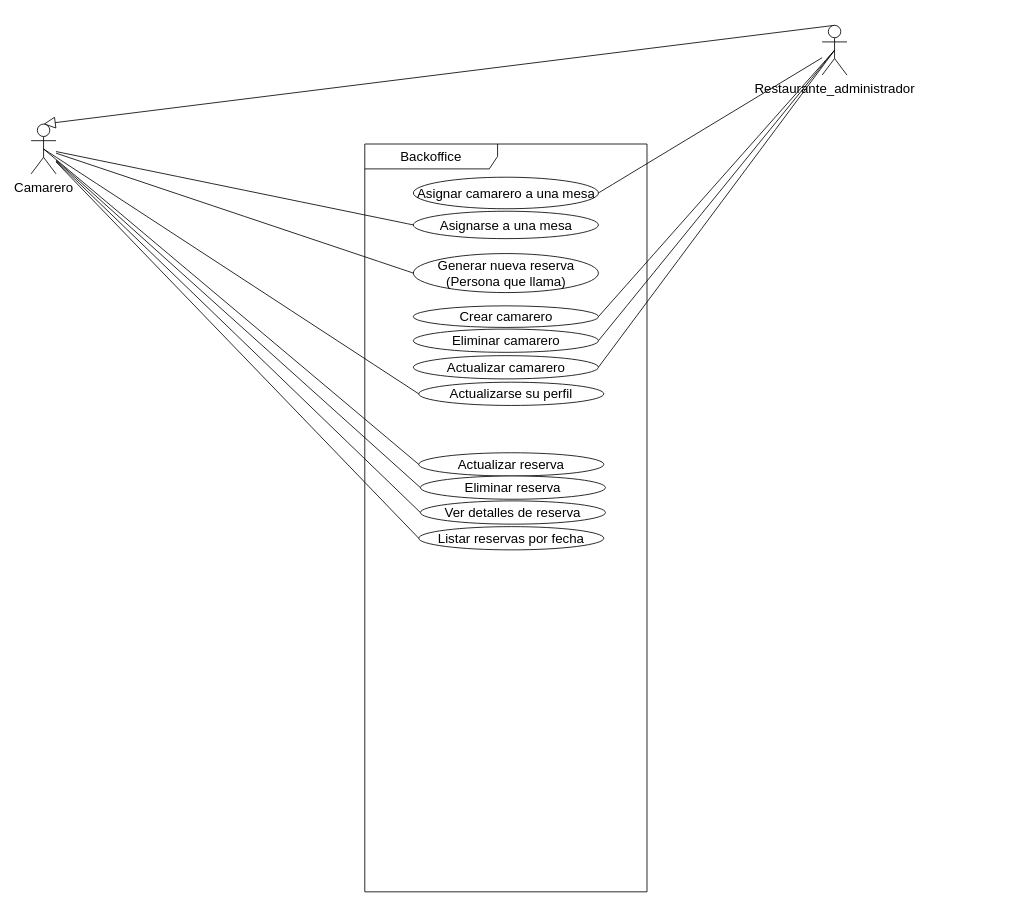
Above: page "UseCase" (2 of 2) of models/tempus-UML.drawio in Lopez10/tempus-backend (draw.io), before the change. Source tidied: cells renumbered, new cells numbered last; positions are measured from the earlier drawing's top-left corner, leaving out a move shared by most shapes. Both pictures are drawn from the tidied source at 83%, with x=0, y=0 at pixel (31, 25).
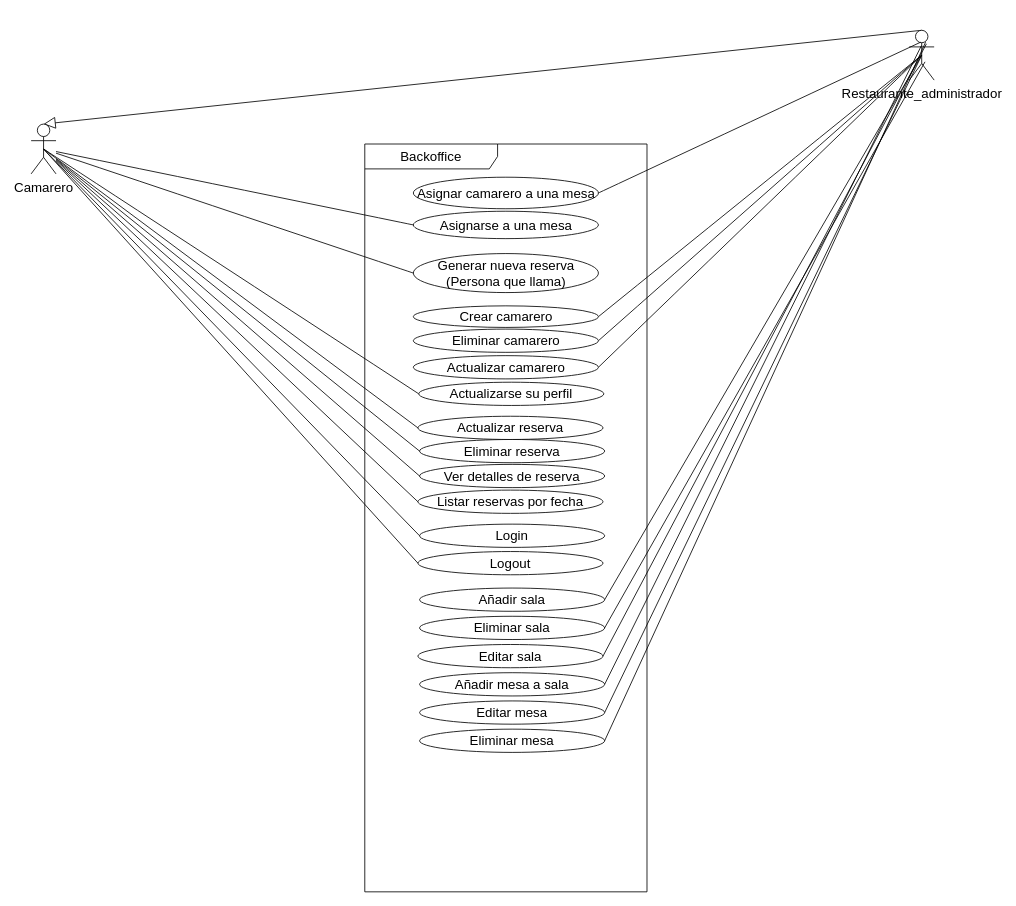
The same diagram, later.

Commit message:
Add sala and mesa to use case

Unchanged cells that the change refers to:
```xml
<mxCell id="8" value="Camarero" style="shape=umlActor;verticalLabelPosition=bottom;verticalAlign=top;html=1;outlineConnect=0;fontSize=16;rounded=0;" parent="1" vertex="1">
  <mxGeometry y="119" width="30" height="60" as="geometry" />
</mxCell>
<mxCell id="9" value="Backoffice" style="shape=umlFrame;whiteSpace=wrap;html=1;width=160;fontSize=16;rounded=0;" parent="1" vertex="1">
  <mxGeometry x="402" y="143" width="340" height="901" as="geometry" />
</mxCell>
<mxCell id="10" value="Asignar camarero a una mesa" style="ellipse;html=1;whiteSpace=wrap;fontSize=16;rounded=0;" parent="9" vertex="1">
  <mxGeometry x="58.5" y="40" width="223" height="38" as="geometry" />
</mxCell>
```

Change to the diagram source:
```diff
@@
     <mxCell id="6" value="Restaurante_administrador" style="shape=umlActor;verticalLabelPosition=bottom;verticalAlign=top;html=1;fontSize=16;rounded=0;" parent="1" vertex="1">
-      <mxGeometry x="953" width="30" height="60" as="geometry" />
+      <mxGeometry x="1058" y="6" width="30" height="60" as="geometry" />
     </mxCell>
@@
     <mxCell id="18" value="Actualizar reserva" style="ellipse;html=1;whiteSpace=wrap;fontSize=16;rounded=0;" parent="9" vertex="1">
-      <mxGeometry x="65" y="372" width="223" height="28" as="geometry" />
+      <mxGeometry x="64" y="328" width="223" height="28" as="geometry" />
     </mxCell>
     <mxCell id="19" value="Eliminar reserva" style="ellipse;html=1;whiteSpace=wrap;fontSize=16;rounded=0;" parent="9" vertex="1">
-      <mxGeometry x="67" y="400" width="223" height="28" as="geometry" />
+      <mxGeometry x="66" y="356" width="223" height="28" as="geometry" />
     </mxCell>
     <mxCell id="20" value="Listar reservas por fecha" style="ellipse;html=1;whiteSpace=wrap;fontSize=16;rounded=0;" parent="9" vertex="1">
-      <mxGeometry x="65" y="461" width="223" height="28" as="geometry" />
+      <mxGeometry x="64" y="417" width="223" height="28" as="geometry" />
     </mxCell>
     <mxCell id="21" value="Ver detalles de reserva" style="ellipse;html=1;whiteSpace=wrap;fontSize=16;rounded=0;" parent="9" vertex="1">
-      <mxGeometry x="67" y="430" width="223" height="28" as="geometry" />
+      <mxGeometry x="66" y="386" width="223" height="28" as="geometry" />
     </mxCell>
+    <mxCell id="29" value="Login" style="ellipse;html=1;whiteSpace=wrap;fontSize=16;rounded=0;" parent="9" vertex="1">
+      <mxGeometry x="66" y="458" width="223" height="28" as="geometry" />
+    </mxCell>
+    <mxCell id="30" value="Logout" style="ellipse;html=1;whiteSpace=wrap;fontSize=16;rounded=0;" parent="9" vertex="1">
+      <mxGeometry x="64" y="491" width="223" height="28" as="geometry" />
+    </mxCell>
+    <mxCell id="31" value="Añadir sala" style="ellipse;html=1;whiteSpace=wrap;fontSize=16;rounded=0;" parent="9" vertex="1">
+      <mxGeometry x="66" y="535" width="223" height="28" as="geometry" />
+    </mxCell>
+    <mxCell id="32" value="Eliminar sala" style="ellipse;html=1;whiteSpace=wrap;fontSize=16;rounded=0;" parent="9" vertex="1">
+      <mxGeometry x="66" y="569" width="223" height="28" as="geometry" />
+    </mxCell>
+    <mxCell id="33" value="Editar sala" style="ellipse;html=1;whiteSpace=wrap;fontSize=16;rounded=0;" parent="9" vertex="1">
+      <mxGeometry x="64" y="603" width="223" height="28" as="geometry" />
+    </mxCell>
+    <mxCell id="34" value="Añadir mesa a sala" style="ellipse;html=1;whiteSpace=wrap;fontSize=16;rounded=0;" parent="9" vertex="1">
+      <mxGeometry x="66" y="637" width="223" height="28" as="geometry" />
+    </mxCell>
+    <mxCell id="35" value="Editar mesa" style="ellipse;html=1;whiteSpace=wrap;fontSize=16;rounded=0;" parent="9" vertex="1">
+      <mxGeometry x="66" y="671" width="223" height="28" as="geometry" />
+    </mxCell>
+    <mxCell id="36" value="Eliminar mesa" style="ellipse;html=1;whiteSpace=wrap;fontSize=16;rounded=0;" parent="9" vertex="1">
+      <mxGeometry x="66" y="705" width="223" height="28" as="geometry" />
+    </mxCell>
-    <mxCell id="22" style="edgeStyle=none;curved=1;rounded=0;jettySize=auto;html=1;exitX=1;exitY=0.5;exitDx=0;exitDy=0;fontSize=12;startSize=8;endSize=8;endArrow=none;endFill=0;" parent="1" edge="1" source="10" target="6">
+    <mxCell id="22" style="edgeStyle=none;curved=1;rounded=0;jettySize=auto;html=1;exitX=1;exitY=0.5;exitDx=0;exitDy=0;fontSize=12;startSize=8;endSize=8;endArrow=none;endFill=0;entryX=0.456;entryY=0.239;entryDx=0;entryDy=0;entryPerimeter=0;" parent="1" edge="1" source="10" target="6">
       <mxGeometry relative="1" as="geometry" />
     </mxCell>
@@
+    <mxCell id="37" style="edgeStyle=none;html=1;exitX=0;exitY=0.5;exitDx=0;exitDy=0;entryX=0.5;entryY=0.5;entryDx=0;entryDy=0;entryPerimeter=0;endArrow=none;endFill=0;endSize=12;" parent="1" edge="1" source="29" target="8">
+      <mxGeometry relative="1" as="geometry" />
+    </mxCell>
+    <mxCell id="38" style="edgeStyle=none;html=1;exitX=0;exitY=0.5;exitDx=0;exitDy=0;endArrow=none;endFill=0;endSize=12;entryX=0.5;entryY=0.5;entryDx=0;entryDy=0;entryPerimeter=0;" parent="1" edge="1" source="30" target="8">
+      <mxGeometry relative="1" as="geometry" />
+    </mxCell>
+    <mxCell id="39" style="edgeStyle=none;html=1;exitX=1;exitY=0.5;exitDx=0;exitDy=0;entryX=0.5;entryY=0.5;entryDx=0;entryDy=0;entryPerimeter=0;endArrow=none;endFill=0;endSize=12;" parent="1" edge="1" source="31" target="6">
+      <mxGeometry relative="1" as="geometry" />
+    </mxCell>
+    <mxCell id="40" style="edgeStyle=none;html=1;exitX=1;exitY=0.5;exitDx=0;exitDy=0;endArrow=none;endFill=0;endSize=12;entryX=0.633;entryY=0.633;entryDx=0;entryDy=0;entryPerimeter=0;" parent="1" edge="1" source="32" target="6">
+      <mxGeometry relative="1" as="geometry" />
+    </mxCell>
+    <mxCell id="41" style="edgeStyle=none;html=1;exitX=1;exitY=0.5;exitDx=0;exitDy=0;entryX=0.689;entryY=0.272;entryDx=0;entryDy=0;entryPerimeter=0;endArrow=none;endFill=0;endSize=12;" parent="1" edge="1" source="33" target="6">
+      <mxGeometry relative="1" as="geometry" />
+    </mxCell>
+    <mxCell id="42" style="edgeStyle=none;html=1;exitX=1;exitY=0.5;exitDx=0;exitDy=0;entryX=0.489;entryY=0.306;entryDx=0;entryDy=0;entryPerimeter=0;endArrow=none;endFill=0;endSize=12;" parent="1" edge="1" source="34" target="6">
+      <mxGeometry relative="1" as="geometry" />
+    </mxCell>
+    <mxCell id="43" style="edgeStyle=none;html=1;exitX=1;exitY=0.5;exitDx=0;exitDy=0;entryX=0.5;entryY=0.5;entryDx=0;entryDy=0;entryPerimeter=0;endArrow=none;endFill=0;endSize=12;" parent="1" edge="1" source="35" target="6">
+      <mxGeometry relative="1" as="geometry" />
+    </mxCell>
+    <mxCell id="44" style="edgeStyle=none;html=1;exitX=1;exitY=0.5;exitDx=0;exitDy=0;entryX=0.656;entryY=0.239;entryDx=0;entryDy=0;entryPerimeter=0;endArrow=none;endFill=0;endSize=12;" parent="1" edge="1" source="36" target="6">
+      <mxGeometry relative="1" as="geometry" />
+    </mxCell>
```
